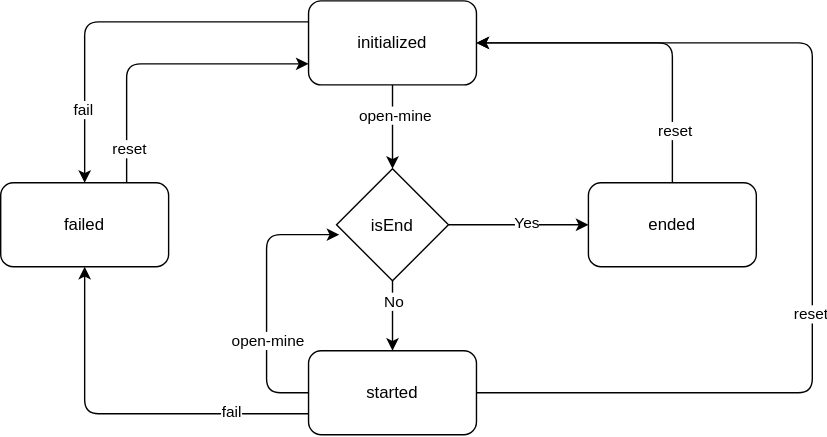
The draw.io diagram docs/mine-field.statemacine.drawio.svg in kazumatu981/minesweeper, before a commit. Source tidied: cells renumbered, new cells last; positions are measured from the earlier drawing's top-left corner, leaving out a move shared by most shapes. The source it was exported from:
```xml
<mxGraphModel>
  <root>
    <mxCell id="0" />
    <mxCell id="1" parent="0" />
    <mxCell id="2" style="edgeStyle=none;html=1;entryX=1;entryY=0.5;entryDx=0;entryDy=0;" parent="1" edge="1" source="6" target="11">
      <mxGeometry relative="1" as="geometry">
        <Array as="points">
          <mxPoint x="580" y="280" />
          <mxPoint x="580" y="30" />
        </Array>
      </mxGeometry>
    </mxCell>
    <mxCell id="3" value="reset" style="edgeLabel;html=1;align=center;verticalAlign=middle;" parent="2" vertex="1">
      <mxGeometry x="-0.19" y="2" relative="1" as="geometry" />
    </mxCell>
    <mxCell id="4" style="edgeStyle=none;html=1;exitX=0;exitY=0.75;exitDx=0;exitDy=0;" parent="1" edge="1" source="6" target="22">
      <mxGeometry x="-0.58" relative="1" as="geometry">
        <Array as="points">
          <mxPoint x="60" y="295" />
        </Array>
      </mxGeometry>
    </mxCell>
    <mxCell id="5" value="fail" style="edgeLabel;html=1;align=center;verticalAlign=middle;" parent="4" vertex="1">
      <mxGeometry x="-0.58" y="-2" relative="1" as="geometry" />
    </mxCell>
    <mxCell id="6" value="started" style="rounded=1;whiteSpace=wrap;html=1;roundedPerimeter=1;" parent="1" vertex="1">
      <mxGeometry x="220" y="250" width="120" height="60" as="geometry" />
    </mxCell>
    <mxCell id="7" style="edgeStyle=none;html=1;entryX=0.5;entryY=0;entryDx=0;entryDy=0;" parent="1" edge="1" source="11" target="19">
      <mxGeometry relative="1" as="geometry" />
    </mxCell>
    <mxCell id="8" value="open-mine" style="edgeLabel;html=1;align=center;verticalAlign=middle;" parent="7" vertex="1">
      <mxGeometry x="-0.3" y="1" relative="1" as="geometry" />
    </mxCell>
    <mxCell id="9" style="edgeStyle=none;html=1;exitX=0;exitY=0.25;exitDx=0;exitDy=0;entryX=0.5;entryY=0;entryDx=0;entryDy=0;" parent="1" edge="1" source="11" target="22">
      <mxGeometry x="-0.31" relative="1" as="geometry">
        <Array as="points">
          <mxPoint x="60" y="15" />
        </Array>
      </mxGeometry>
    </mxCell>
    <mxCell id="10" value="fail" style="edgeLabel;html=1;align=center;verticalAlign=middle;" parent="9" vertex="1">
      <mxGeometry x="0.61" y="-2" relative="1" as="geometry" />
    </mxCell>
    <mxCell id="11" value="initialized" style="rounded=1;whiteSpace=wrap;html=1;roundedPerimeter=1;" parent="1" vertex="1">
      <mxGeometry x="220" width="120" height="60" as="geometry" />
    </mxCell>
    <mxCell id="12" style="edgeStyle=none;html=1;entryX=1;entryY=0.5;entryDx=0;entryDy=0;" parent="1" edge="1" source="14" target="11">
      <mxGeometry relative="1" as="geometry">
        <Array as="points">
          <mxPoint x="480" y="30" />
        </Array>
      </mxGeometry>
    </mxCell>
    <mxCell id="13" value="reset" style="edgeLabel;html=1;align=center;verticalAlign=middle;" parent="12" vertex="1">
      <mxGeometry x="-0.68" y="-1" relative="1" as="geometry" />
    </mxCell>
    <mxCell id="14" value="ended" style="rounded=1;whiteSpace=wrap;html=1;roundedPerimeter=1;" parent="1" vertex="1">
      <mxGeometry x="420" y="130" width="120" height="60" as="geometry" />
    </mxCell>
    <mxCell id="15" style="edgeStyle=none;html=1;entryX=0.5;entryY=0;entryDx=0;entryDy=0;" parent="1" edge="1" source="19" target="6">
      <mxGeometry relative="1" as="geometry" />
    </mxCell>
    <mxCell id="16" value="No" style="edgeLabel;html=1;align=center;verticalAlign=middle;" parent="15" vertex="1">
      <mxGeometry x="-0.44" relative="1" as="geometry" />
    </mxCell>
    <mxCell id="17" style="edgeStyle=none;html=1;" parent="1" edge="1" source="19" target="14">
      <mxGeometry relative="1" as="geometry" />
    </mxCell>
    <mxCell id="18" value="Yes" style="edgeLabel;html=1;align=center;verticalAlign=middle;" parent="17" vertex="1">
      <mxGeometry x="0.1" y="2" relative="1" as="geometry" />
    </mxCell>
    <mxCell id="19" value="isEnd" style="rhombus;whiteSpace=wrap;html=1;shapeInside=1;" parent="1" vertex="1">
      <mxGeometry x="240" y="120" width="80" height="80" as="geometry" />
    </mxCell>
    <mxCell id="20" style="edgeStyle=none;html=1;entryX=0.025;entryY=0.588;entryDx=0;entryDy=0;entryPerimeter=0;" parent="1" edge="1" source="6" target="19">
      <mxGeometry relative="1" as="geometry">
        <Array as="points">
          <mxPoint x="190" y="280" />
          <mxPoint x="190" y="167" />
        </Array>
      </mxGeometry>
    </mxCell>
    <mxCell id="21" value="open-mine" style="edgeLabel;html=1;align=center;verticalAlign=middle;" parent="20" vertex="1">
      <mxGeometry x="-0.3" relative="1" as="geometry" />
    </mxCell>
    <mxCell id="22" value="failed" style="rounded=1;whiteSpace=wrap;html=1;roundedPerimeter=1;" parent="1" vertex="1">
      <mxGeometry y="130" width="120" height="60" as="geometry" />
    </mxCell>
    <mxCell id="23" style="edgeStyle=none;html=1;entryX=0;entryY=0.75;entryDx=0;entryDy=0;exitX=0.75;exitY=0;exitDx=0;exitDy=0;" parent="1" edge="1" source="22" target="11">
      <mxGeometry x="0.19" relative="1" as="geometry">
        <Array as="points">
          <mxPoint x="90" y="45" />
        </Array>
      </mxGeometry>
    </mxCell>
    <mxCell id="24" value="reset" style="edgeLabel;html=1;align=center;verticalAlign=middle;" parent="23" vertex="1">
      <mxGeometry x="-0.77" y="-1" relative="1" as="geometry" />
    </mxCell>
  </root>
</mxGraphModel>
```
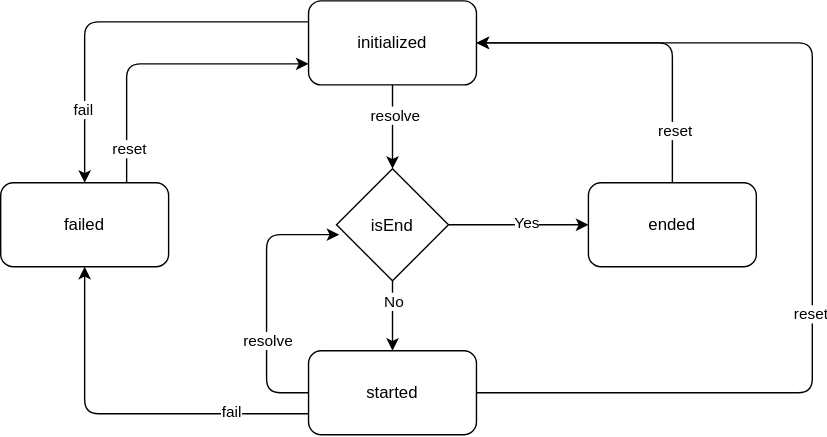
Later version of the same file.

Diff of the diagram source:
```diff
@@ -29,7 +29,7 @@
     <mxCell id="7" style="edgeStyle=none;html=1;entryX=0.5;entryY=0;entryDx=0;entryDy=0;" parent="1" edge="1" source="11" target="19">
       <mxGeometry relative="1" as="geometry" />
     </mxCell>
-    <mxCell id="8" value="open-mine" style="edgeLabel;html=1;align=center;verticalAlign=middle;" parent="7" vertex="1">
+    <mxCell id="8" value="resolve" style="edgeLabel;html=1;align=center;verticalAlign=middle;" parent="7" vertex="1">
       <mxGeometry x="-0.3" y="1" relative="1" as="geometry" />
     </mxCell>
     <mxCell id="9" style="edgeStyle=none;html=1;exitX=0;exitY=0.25;exitDx=0;exitDy=0;entryX=0.5;entryY=0;entryDx=0;entryDy=0;" parent="1" edge="1" source="11" target="22">
@@ -81,7 +81,7 @@
         </Array>
       </mxGeometry>
     </mxCell>
-    <mxCell id="21" value="open-mine" style="edgeLabel;html=1;align=center;verticalAlign=middle;" parent="20" vertex="1">
+    <mxCell id="21" value="resolve" style="edgeLabel;html=1;align=center;verticalAlign=middle;" parent="20" vertex="1">
       <mxGeometry x="-0.3" relative="1" as="geometry" />
     </mxCell>
     <mxCell id="22" value="failed" style="rounded=1;whiteSpace=wrap;html=1;roundedPerimeter=1;" parent="1" vertex="1">
```
